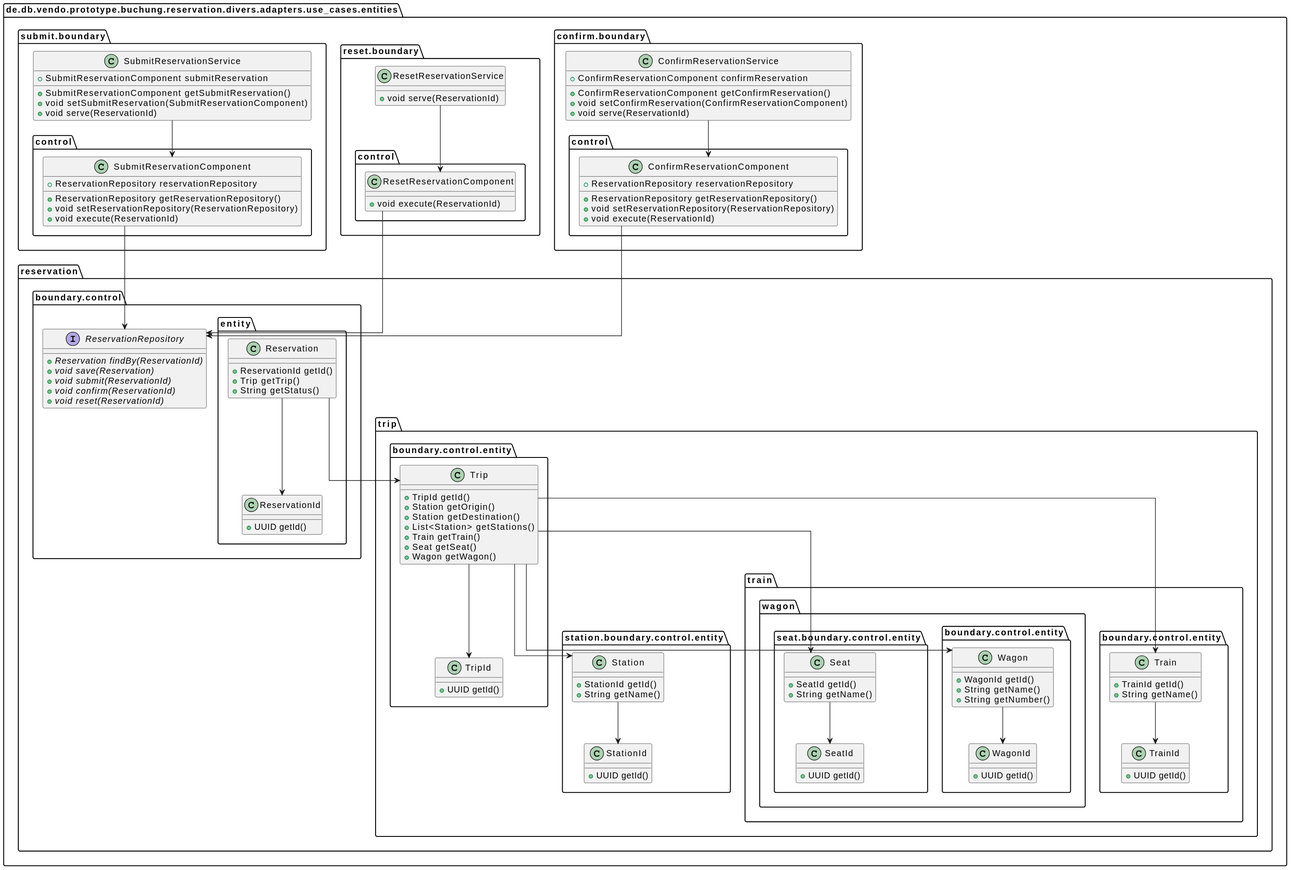
Before: doc/uml/svg/entities.svg, a diagram exported from PlantUML (punkratz312/reservation-proto).
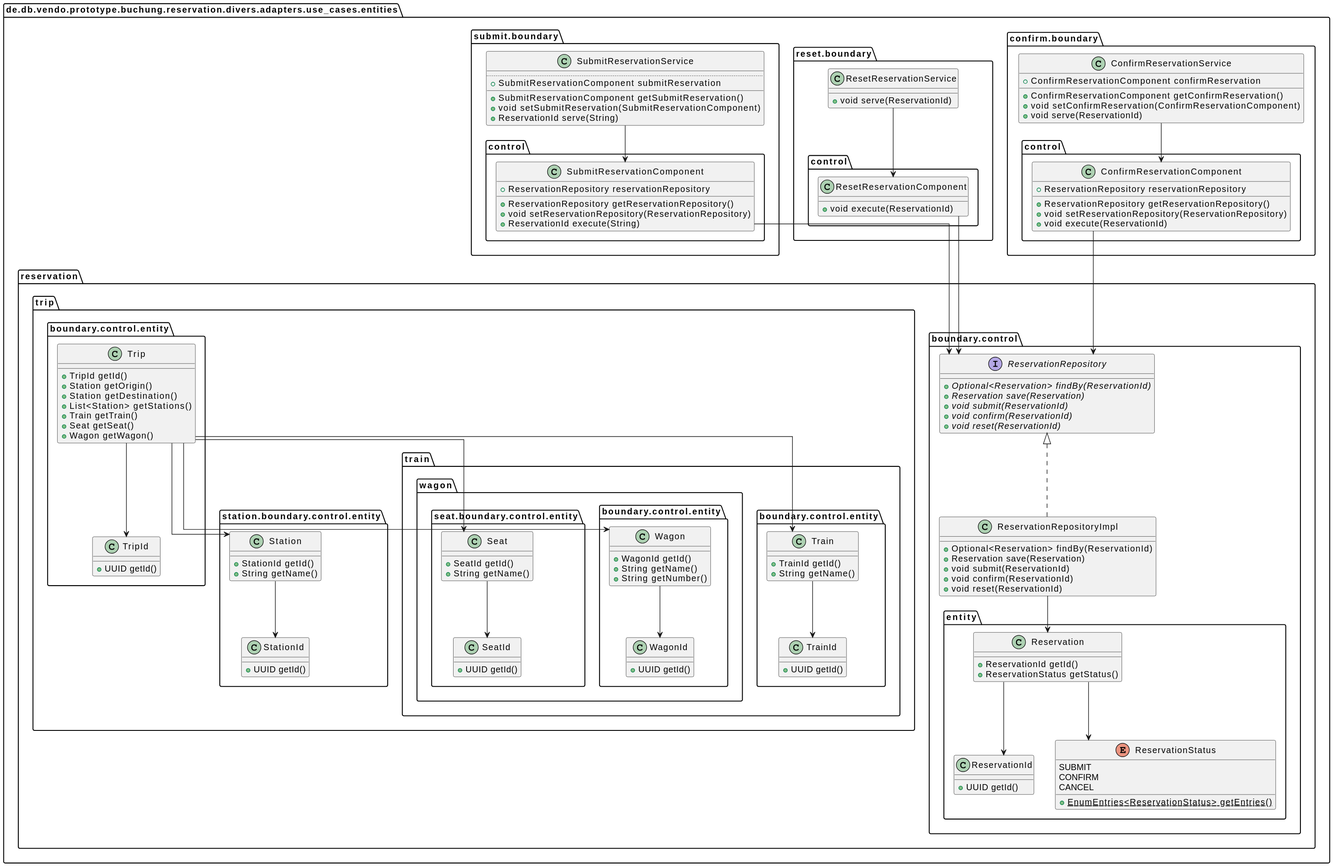
The same diagram one commit later.

What changed in the source:
```diff
@@ -18,19 +18,32 @@
   +void execute(ReservationId)
 }
 interface "ReservationRepository" as de.db.vendo.prototype.buchung.reservation.divers.adapters.use_cases.entities.reservation.boundary.control.ReservationRepository {
-  + {abstract}Reservation findBy(ReservationId)
-  + {abstract}void save(Reservation)
+  + {abstract}Optional<Reservation> findBy(ReservationId)
+  + {abstract}Reservation save(Reservation)
   + {abstract}void submit(ReservationId)
   + {abstract}void confirm(ReservationId)
   + {abstract}void reset(ReservationId)
 }
+class "ReservationRepositoryImpl" as de.db.vendo.prototype.buchung.reservation.divers.adapters.use_cases.entities.reservation.boundary.control.ReservationRepositoryImpl {
+  +Optional<Reservation> findBy(ReservationId)
+  +Reservation save(Reservation)
+  +void submit(ReservationId)
+  +void confirm(ReservationId)
+  +void reset(ReservationId)
+}
 class "Reservation" as de.db.vendo.prototype.buchung.reservation.divers.adapters.use_cases.entities.reservation.boundary.control.entity.Reservation {
   +ReservationId getId()
-  +Trip getTrip()
-  +String getStatus()
+  +ReservationStatus getStatus()
 }
 class "ReservationId" as de.db.vendo.prototype.buchung.reservation.divers.adapters.use_cases.entities.reservation.boundary.control.entity.ReservationId {
   +UUID getId()
+}
+enum "ReservationStatus" as de.db.vendo.prototype.buchung.reservation.divers.adapters.use_cases.entities.reservation.boundary.control.entity.ReservationStatus {
+  SUBMIT
+  CONFIRM
+  CANCEL
+  __
+  + {static}EnumEntries<ReservationStatus> getEntries()
 }
 class "Trip" as de.db.vendo.prototype.buchung.reservation.divers.adapters.use_cases.entities.reservation.trip.boundary.control.entity.Trip {
   +TripId getId()
@@ -80,23 +93,26 @@
   +void execute(ReservationId)
 }
 class "SubmitReservationService" as de.db.vendo.prototype.buchung.reservation.divers.adapters.use_cases.entities.submit.boundary.SubmitReservationService {
+  ..
   +SubmitReservationComponent submitReservation
   __
   +SubmitReservationComponent getSubmitReservation()
   +void setSubmitReservation(SubmitReservationComponent)
-  +void serve(ReservationId)
+  +ReservationId serve(String)
 }
 class "SubmitReservationComponent" as de.db.vendo.prototype.buchung.reservation.divers.adapters.use_cases.entities.submit.boundary.control.SubmitReservationComponent {
   +ReservationRepository reservationRepository
   __
   +ReservationRepository getReservationRepository()
   +void setReservationRepository(ReservationRepository)
-  +void execute(ReservationId)
+  +ReservationId execute(String)
 }
 de.db.vendo.prototype.buchung.reservation.divers.adapters.use_cases.entities.confirm.boundary.ConfirmReservationService --> de.db.vendo.prototype.buchung.reservation.divers.adapters.use_cases.entities.confirm.boundary.control.ConfirmReservationComponent
 de.db.vendo.prototype.buchung.reservation.divers.adapters.use_cases.entities.confirm.boundary.control.ConfirmReservationComponent --> de.db.vendo.prototype.buchung.reservation.divers.adapters.use_cases.entities.reservation.boundary.control.ReservationRepository
-de.db.vendo.prototype.buchung.reservation.divers.adapters.use_cases.entities.reservation.boundary.control.entity.Reservation --> de.db.vendo.prototype.buchung.reservation.divers.adapters.use_cases.entities.reservation.trip.boundary.control.entity.Trip
+de.db.vendo.prototype.buchung.reservation.divers.adapters.use_cases.entities.reservation.boundary.control.ReservationRepositoryImpl .u.|> de.db.vendo.prototype.buchung.reservation.divers.adapters.use_cases.entities.reservation.boundary.control.ReservationRepository
+de.db.vendo.prototype.buchung.reservation.divers.adapters.use_cases.entities.reservation.boundary.control.ReservationRepositoryImpl --> de.db.vendo.prototype.buchung.reservation.divers.adapters.use_cases.entities.reservation.boundary.control.entity.Reservation
 de.db.vendo.prototype.buchung.reservation.divers.adapters.use_cases.entities.reservation.boundary.control.entity.Reservation --> de.db.vendo.prototype.buchung.reservation.divers.adapters.use_cases.entities.reservation.boundary.control.entity.ReservationId
+de.db.vendo.prototype.buchung.reservation.divers.adapters.use_cases.entities.reservation.boundary.control.entity.Reservation --> de.db.vendo.prototype.buchung.reservation.divers.adapters.use_cases.entities.reservation.boundary.control.entity.ReservationStatus
 de.db.vendo.prototype.buchung.reservation.divers.adapters.use_cases.entities.reservation.trip.boundary.control.entity.Trip --> de.db.vendo.prototype.buchung.reservation.divers.adapters.use_cases.entities.reservation.trip.boundary.control.entity.TripId
 de.db.vendo.prototype.buchung.reservation.divers.adapters.use_cases.entities.reservation.trip.boundary.control.entity.Trip --> de.db.vendo.prototype.buchung.reservation.divers.adapters.use_cases.entities.reservation.trip.station.boundary.control.entity.Station
 de.db.vendo.prototype.buchung.reservation.divers.adapters.use_cases.entities.reservation.trip.boundary.control.entity.Trip --> de.db.vendo.prototype.buchung.reservation.divers.adapters.use_cases.entities.reservation.trip.train.wagon.seat.boundary.control.entity.Seat
```
